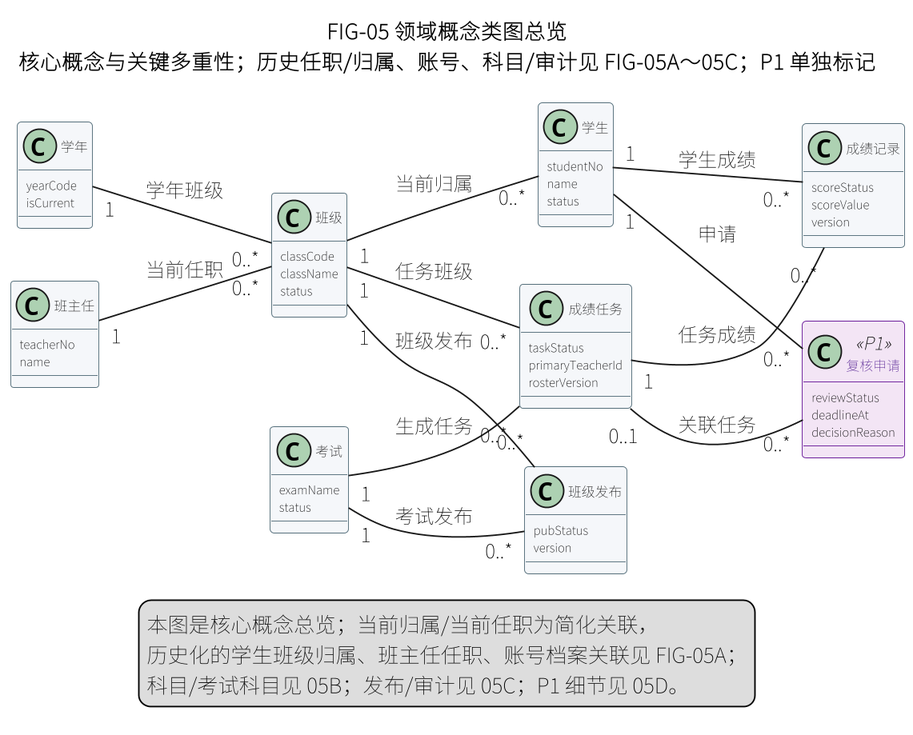
Earlier version of the PlantUML export docs/requirements/diagrams/png/FIG-05-领域概念类图总览.png (Creepppper/Student_System). Its diagram source:
```plantuml
@startuml
left to right direction
skinparam defaultFontName "Noto Sans CJK SC"
skinparam dpi 180
skinparam shadowing false
skinparam classAttributeIconSize 0
skinparam classFontSize 10
skinparam classAttributeFontSize 8
skinparam class {
  BackgroundColor #F5F7FA
  BorderColor #546E7A
  FontSize 9
}
skinparam class<<P1>> {
  BackgroundColor #F3E5F5
  BorderColor #6A1B9A
  FontColor #4A148C
}
title FIG-05 领域概念类图总览\n核心概念与关键多重性；历史任职/归属、账号、科目/审计见 FIG-05A～05C；P1 单独标记

class "学年" as Year {
  yearCode
  isCurrent
}
class "班级" as Class {
  classCode
  className
  status
}
class "学生" as Student {
  studentNo
  name
  status
}
class "班主任" as Head {
  teacherNo
  name
}
class "考试" as Exam {
  examName
  status
}
class "成绩任务" as Task {
  taskStatus
  primaryTeacherId
  rosterVersion
}
class "成绩记录" as Score {
  scoreStatus
  scoreValue
  version
}
class "班级发布" as Publication {
  pubStatus
  version
}
class "复核申请" as Review <<P1>> {
  reviewStatus
  deadlineAt
  decisionReason
}

Year "1" -- "0..*" Class : 学年班级
Class "1" -- "0..*" Student : 当前归属
Head "1" -- "0..*" Class : 当前任职
Exam "1" -- "0..*" Task : 生成任务
Class "1" -- "0..*" Task : 任务班级
Task "1" -- "0..*" Score : 任务成绩
Student "1" -- "0..*" Score : 学生成绩
Exam "1" -- "0..*" Publication : 考试发布
Class "1" -- "0..*" Publication : 班级发布
Student "1" -- "0..*" Review : 申请
Task "0..1" -- "0..*" Review : 关联任务

legend bottom
  本图是核心概念总览；当前归属/当前任职为简化关联，
  历史化的学生班级归属、班主任任职、账号档案关联见 FIG-05A；
  科目/考试科目见 05B；发布/审计见 05C；P1 细节见 05D。
endlegend
@enduml
```
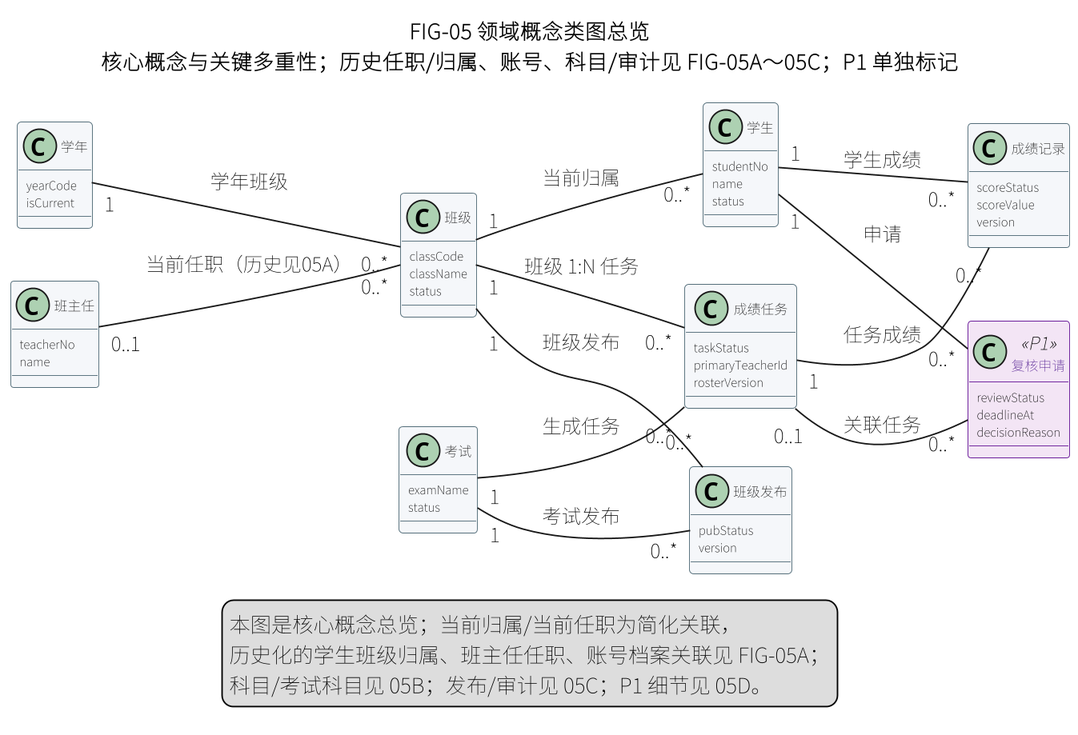
After the change.

What changed in the source:
```diff
@@ -62,9 +62,9 @@
 
 Year "1" -- "0..*" Class : 学年班级
 Class "1" -- "0..*" Student : 当前归属
-Head "1" -- "0..*" Class : 当前任职
+Head "0..1" -- "0..*" Class : 当前任职（历史见05A）
 Exam "1" -- "0..*" Task : 生成任务
-Class "1" -- "0..*" Task : 任务班级
+Class "1" -- "0..*" Task : 班级 1:N 任务
 Task "1" -- "0..*" Score : 任务成绩
 Student "1" -- "0..*" Score : 学生成绩
 Exam "1" -- "0..*" Publication : 考试发布
```
